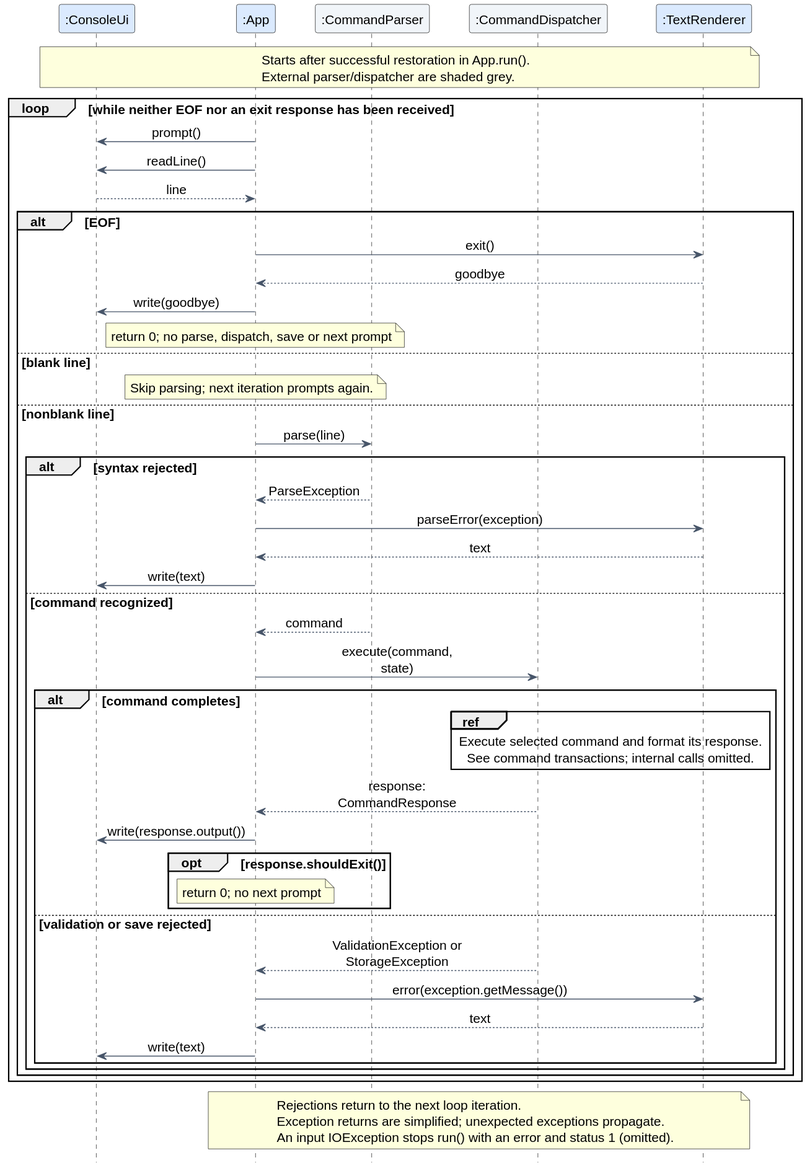
Earlier version of the PlantUML export docs/images/ka-how-command-loop.svg (AY2627S1-CS2113-T10-1/tp).
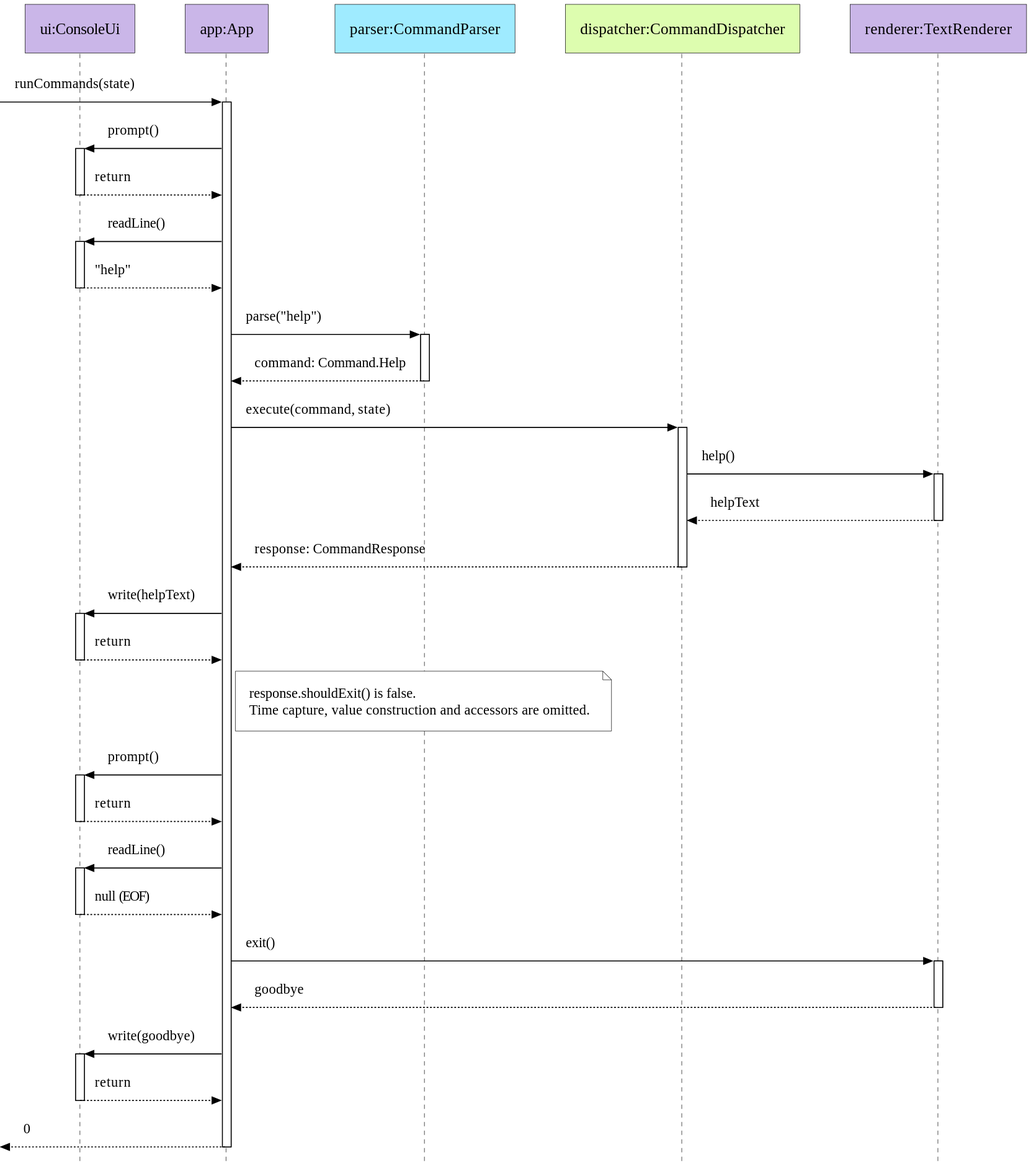
After the commit.

The edit, as a diff of the source:
```diff
@@ -1,72 +1,37 @@
 @startuml
-skinparam backgroundColor white
-skinparam shadowing false
-skinparam defaultFontName SansSerif
-skinparam defaultFontSize 15
-skinparam sequenceMessageAlign center
-skinparam responseMessageBelowArrow true
-skinparam maxMessageSize 160
-skinparam ParticipantPadding 18
-skinparam BoxPadding 8
-skinparam ArrowColor #475569
-hide footbox
+!include course-style.puml
 
-participant ":ConsoleUi" as UI #DBEAFE
-participant ":App" as App #DBEAFE
-participant ":CommandParser" as Parser #F1F5F9
-participant ":CommandDispatcher" as Dispatcher #F1F5F9
-participant ":TextRenderer" as Renderer #DBEAFE
+participant "ui:ConsoleUi" as UI SHELL
+participant "app:App" as App SHELL
+participant "parser:CommandParser" as Parser PARSING
+participant "dispatcher:CommandDispatcher" as Dispatcher DOMAIN
+participant "renderer:TextRenderer" as Renderer SHELL
 
-note over UI, Renderer
-  Starts after successful restoration in App.run().
-  External parser/dispatcher are shaded grey.
+[-> App ++ : runCommands(state)
+App -> UI ++ : prompt()
+UI --> App -- : return
+App -> UI ++ : readLine()
+UI --> App -- : "help"
+App -> Parser ++ : parse("help")
+Parser --> App -- : command: Command.Help
+App -> Dispatcher ++ : execute(command, state)
+Dispatcher -> Renderer ++ : help()
+Renderer --> Dispatcher -- : helpText
+Dispatcher --> App -- : response: CommandResponse
+App -> UI ++ : write(helpText)
+UI --> App -- : return
+note right of App
+  response.shouldExit() is false.
+  Time capture, value construction and accessors are omitted.
 end note
 
-loop while neither EOF nor an exit response has been received
-    App -> UI : prompt()
-    App -> UI : readLine()
-    UI --> App : line
-
-    alt EOF
-        App -> Renderer : exit()
-        Renderer --> App : goodbye
-        App -> UI : write(goodbye)
-        note over App : return 0; no parse, dispatch, save or next prompt
-    else blank line
-        note over App : Skip parsing; next iteration prompts again.
-    else nonblank line
-        App -> Parser : parse(line)
-        alt syntax rejected
-            Parser --> App : ParseException
-            App -> Renderer : parseError(exception)
-            Renderer --> App : text
-            App -> UI : write(text)
-        else command recognized
-            Parser --> App : command
-            App -> Dispatcher : execute(command, state)
-            alt command completes
-                ref over Dispatcher, Renderer
-                    Execute selected command and format its response.
-                    See command transactions; internal calls omitted.
-                end ref
-                Dispatcher --> App : response: CommandResponse
-                App -> UI : write(response.output())
-                opt response.shouldExit()
-                    note over App : return 0; no next prompt
-                end
-            else validation or save rejected
-                Dispatcher --> App : ValidationException or StorageException
-                App -> Renderer : error(exception.getMessage())
-                Renderer --> App : text
-                App -> UI : write(text)
-            end
-        end
-    end
-end
-
-note over App, Renderer
-  Rejections return to the next loop iteration.
-  Exception returns are simplified; unexpected exceptions propagate.
-  An input IOException stops run() with an error and status 1 (omitted).
-end note
+App -> UI ++ : prompt()
+UI --> App -- : return
+App -> UI ++ : readLine()
+UI --> App -- : null (EOF)
+App -> Renderer ++ : exit()
+Renderer --> App -- : goodbye
+App -> UI ++ : write(goodbye)
+UI --> App -- : return
+[<-- App -- : 0
 @enduml
```
